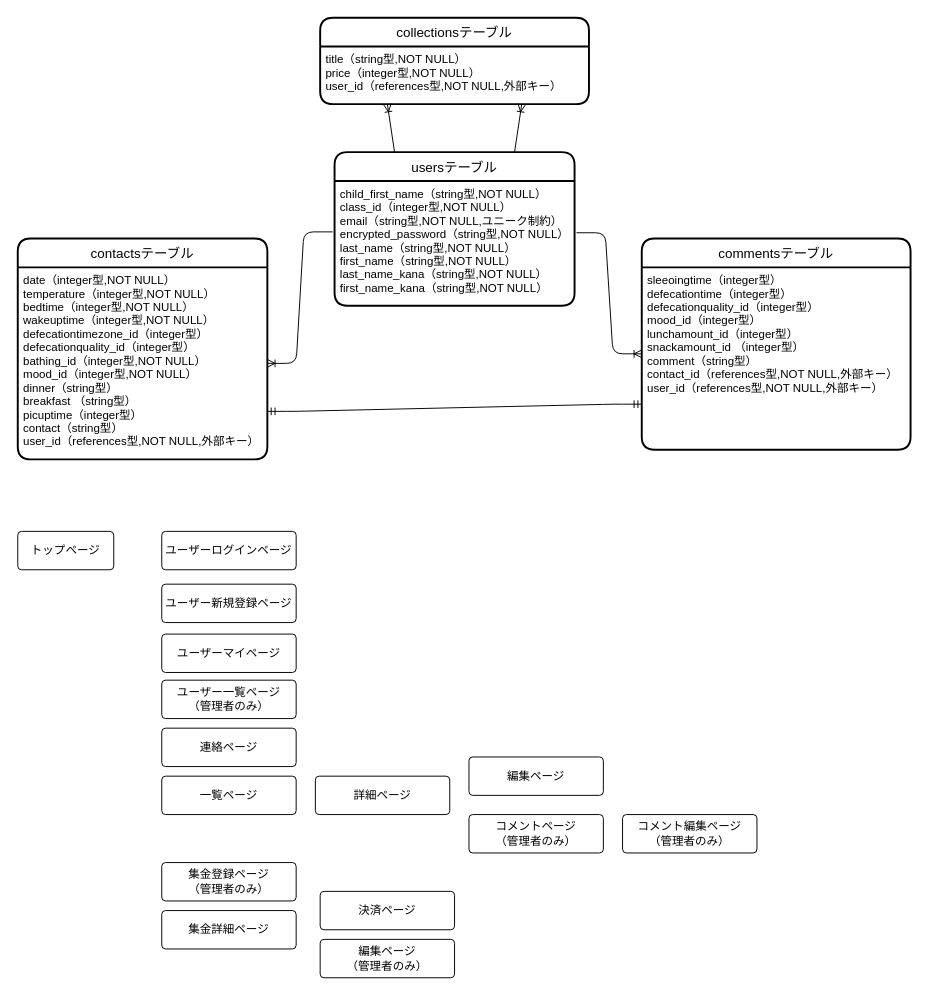
The draw.io diagram contact.dio in sugisanize/contact_book, before the edit. Source tidied: cells renumbered, new cells numbered last; positions are measured from the earlier drawing's top-left corner, leaving out a move shared by most shapes. Both pictures are drawn from the tidied source at 96%, with x=0, y=0 at pixel (17, 17).
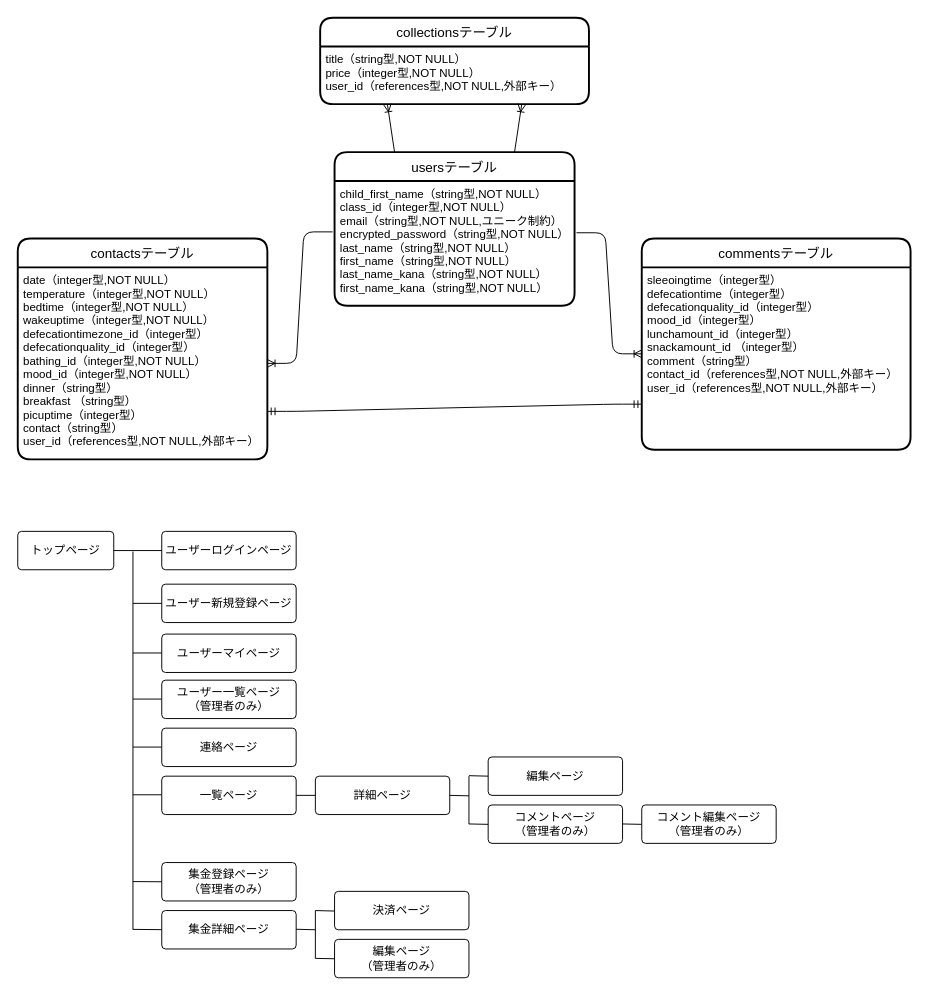
The same page after the edit.

Commit message:
画面遷移図修正

The change refers to these unchanged cells:
```xml
<mxCell id="15" value="トップページ" style="rounded=1;arcSize=10;whiteSpace=wrap;html=1;align=center;" parent="1" vertex="1">
  <mxGeometry y="535" width="100" height="40" as="geometry" />
</mxCell>
<mxCell id="16" value="ユーザーログインページ" style="rounded=1;arcSize=10;whiteSpace=wrap;html=1;align=center;" parent="1" vertex="1">
  <mxGeometry x="150" y="535" width="140" height="40" as="geometry" />
</mxCell>
<mxCell id="17" value="ユーザー新規登録ページ" style="rounded=1;arcSize=10;whiteSpace=wrap;html=1;align=center;" parent="1" vertex="1">
  <mxGeometry x="150" y="590" width="140" height="40" as="geometry" />
</mxCell>
<mxCell id="21" value="詳細ページ" style="rounded=1;arcSize=10;whiteSpace=wrap;html=1;align=center;" parent="1" vertex="1">
  <mxGeometry x="310" y="790" width="140" height="40" as="geometry" />
</mxCell>
<mxCell id="25" value="集金登録ページ&lt;br&gt;（管理者のみ）" style="rounded=1;arcSize=10;whiteSpace=wrap;html=1;align=center;" parent="1" vertex="1">
  <mxGeometry x="150" y="880" width="140" height="40" as="geometry" />
</mxCell>
```

Diff of the diagram source:
```diff
@@
     <mxCell id="22" value="編集ページ" style="rounded=1;arcSize=10;whiteSpace=wrap;html=1;align=center;" parent="1" vertex="1">
-      <mxGeometry x="470" y="770" width="140" height="40" as="geometry" />
+      <mxGeometry x="490" y="770" width="140" height="40" as="geometry" />
     </mxCell>
     <mxCell id="23" value="コメントページ&lt;br&gt;（管理者のみ）" style="rounded=1;arcSize=10;whiteSpace=wrap;html=1;align=center;" parent="1" vertex="1">
-      <mxGeometry x="470" y="830" width="140" height="40" as="geometry" />
+      <mxGeometry x="490" y="820" width="140" height="40" as="geometry" />
     </mxCell>
@@
     <mxCell id="27" value="決済ページ" style="rounded=1;arcSize=10;whiteSpace=wrap;html=1;align=center;" parent="1" vertex="1">
-      <mxGeometry x="315" y="910" width="140" height="40" as="geometry" />
+      <mxGeometry x="330" y="910" width="140" height="40" as="geometry" />
     </mxCell>
     <mxCell id="28" value="編集ページ&lt;br&gt;（管理者のみ）" style="rounded=1;arcSize=10;whiteSpace=wrap;html=1;align=center;" parent="1" vertex="1">
-      <mxGeometry x="315" y="960" width="140" height="40" as="geometry" />
+      <mxGeometry x="330" y="960" width="140" height="40" as="geometry" />
     </mxCell>
     <mxCell id="29" value="コメント編集ページ&lt;br&gt;（管理者のみ）" style="rounded=1;arcSize=10;whiteSpace=wrap;html=1;align=center;" parent="1" vertex="1">
-      <mxGeometry x="630" y="830" width="140" height="40" as="geometry" />
+      <mxGeometry x="650" y="820" width="140" height="40" as="geometry" />
     </mxCell>
+    <mxCell id="30" style="endArrow=none;html=1;rounded=0;exitX=1;exitY=0.5;exitDx=0;exitDy=0;entryX=0;entryY=0.5;entryDx=0;entryDy=0;" parent="1" edge="1" source="15" target="16">
+      <mxGeometry relative="1" as="geometry" />
+    </mxCell>
+    <mxCell id="31" style="endArrow=none;html=1;rounded=0;" parent="1" edge="1">
+      <mxGeometry relative="1" as="geometry">
+        <mxPoint x="120" y="556" as="sourcePoint" />
+        <mxPoint x="120" y="950" as="targetPoint" />
+      </mxGeometry>
+    </mxCell>
+    <mxCell id="32" style="endArrow=none;html=1;rounded=0;entryX=0;entryY=0.5;entryDx=0;entryDy=0;" parent="1" edge="1" target="17">
+      <mxGeometry relative="1" as="geometry">
+        <mxPoint x="120" y="610" as="sourcePoint" />
+      </mxGeometry>
+    </mxCell>
+    <mxCell id="33" style="endArrow=none;html=1;rounded=0;entryX=0;entryY=0.5;entryDx=0;entryDy=0;" parent="1" edge="1">
+      <mxGeometry relative="1" as="geometry">
+        <mxPoint x="120" y="661.7" as="sourcePoint" />
+        <mxPoint x="150" y="661.7" as="targetPoint" />
+      </mxGeometry>
+    </mxCell>
+    <mxCell id="34" style="endArrow=none;html=1;rounded=0;entryX=0;entryY=0.5;entryDx=0;entryDy=0;" parent="1" edge="1">
+      <mxGeometry relative="1" as="geometry">
+        <mxPoint x="120" y="709.7" as="sourcePoint" />
+        <mxPoint x="150" y="709.7" as="targetPoint" />
+      </mxGeometry>
+    </mxCell>
+    <mxCell id="35" style="endArrow=none;html=1;rounded=0;entryX=0;entryY=0.5;entryDx=0;entryDy=0;" parent="1" edge="1">
+      <mxGeometry relative="1" as="geometry">
+        <mxPoint x="120" y="759.7" as="sourcePoint" />
+        <mxPoint x="150" y="759.7" as="targetPoint" />
+      </mxGeometry>
+    </mxCell>
+    <mxCell id="36" style="endArrow=none;html=1;rounded=0;entryX=0;entryY=0.5;entryDx=0;entryDy=0;" parent="1" edge="1">
+      <mxGeometry relative="1" as="geometry">
+        <mxPoint x="120" y="809.4" as="sourcePoint" />
+        <mxPoint x="150" y="809.4" as="targetPoint" />
+      </mxGeometry>
+    </mxCell>
+    <mxCell id="37" style="endArrow=none;html=1;rounded=0;entryX=0;entryY=0.5;entryDx=0;entryDy=0;" parent="1" edge="1" target="21">
+      <mxGeometry relative="1" as="geometry">
+        <mxPoint x="290" y="810" as="sourcePoint" />
+      </mxGeometry>
+    </mxCell>
+    <mxCell id="38" style="endArrow=none;html=1;rounded=0;" parent="1" edge="1">
+      <mxGeometry relative="1" as="geometry">
+        <mxPoint x="310" y="930" as="sourcePoint" />
+        <mxPoint x="310" y="980" as="targetPoint" />
+      </mxGeometry>
+    </mxCell>
+    <mxCell id="39" style="endArrow=none;html=1;rounded=0;" parent="1" edge="1">
+      <mxGeometry relative="1" as="geometry">
+        <mxPoint x="470" y="790" as="sourcePoint" />
+        <mxPoint x="470" y="840" as="targetPoint" />
+      </mxGeometry>
+    </mxCell>
+    <mxCell id="40" style="endArrow=none;html=1;rounded=0;" parent="1" edge="1">
+      <mxGeometry relative="1" as="geometry">
+        <mxPoint x="290" y="949.5" as="sourcePoint" />
+        <mxPoint x="310" y="950" as="targetPoint" />
+      </mxGeometry>
+    </mxCell>
+    <mxCell id="41" style="endArrow=none;html=1;rounded=0;" parent="1" edge="1">
+      <mxGeometry relative="1" as="geometry">
+        <mxPoint x="310" y="979.8" as="sourcePoint" />
+        <mxPoint x="330" y="980.2" as="targetPoint" />
+      </mxGeometry>
+    </mxCell>
+    <mxCell id="42" style="endArrow=none;html=1;rounded=0;" parent="1" edge="1">
+      <mxGeometry relative="1" as="geometry">
+        <mxPoint x="310" y="930" as="sourcePoint" />
+        <mxPoint x="330" y="930.5" as="targetPoint" />
+      </mxGeometry>
+    </mxCell>
+    <mxCell id="43" style="endArrow=none;html=1;rounded=0;" parent="1" edge="1">
+      <mxGeometry relative="1" as="geometry">
+        <mxPoint x="450" y="810" as="sourcePoint" />
+        <mxPoint x="470" y="810.5" as="targetPoint" />
+      </mxGeometry>
+    </mxCell>
+    <mxCell id="44" style="endArrow=none;html=1;rounded=0;" parent="1" edge="1">
+      <mxGeometry relative="1" as="geometry">
+        <mxPoint x="470" y="839.8" as="sourcePoint" />
+        <mxPoint x="490" y="840.2" as="targetPoint" />
+      </mxGeometry>
+    </mxCell>
+    <mxCell id="45" style="endArrow=none;html=1;rounded=0;" parent="1" edge="1">
+      <mxGeometry relative="1" as="geometry">
+        <mxPoint x="470" y="789.5" as="sourcePoint" />
+        <mxPoint x="490" y="790" as="targetPoint" />
+      </mxGeometry>
+    </mxCell>
+    <mxCell id="46" style="endArrow=none;html=1;rounded=0;" parent="1" edge="1">
+      <mxGeometry relative="1" as="geometry">
+        <mxPoint x="630" y="839.8" as="sourcePoint" />
+        <mxPoint x="650" y="840.2" as="targetPoint" />
+      </mxGeometry>
+    </mxCell>
+    <mxCell id="47" style="endArrow=none;html=1;rounded=0;entryX=0;entryY=0.5;entryDx=0;entryDy=0;" parent="1" edge="1" target="25">
+      <mxGeometry relative="1" as="geometry">
+        <mxPoint x="120" y="899.8" as="sourcePoint" />
+      </mxGeometry>
+    </mxCell>
+    <mxCell id="48" style="endArrow=none;html=1;rounded=0;entryX=0;entryY=0.5;entryDx=0;entryDy=0;" parent="1" edge="1">
+      <mxGeometry relative="1" as="geometry">
+        <mxPoint x="120" y="949.6" as="sourcePoint" />
+        <mxPoint x="150" y="949.9" as="targetPoint" />
+      </mxGeometry>
+    </mxCell>
```
